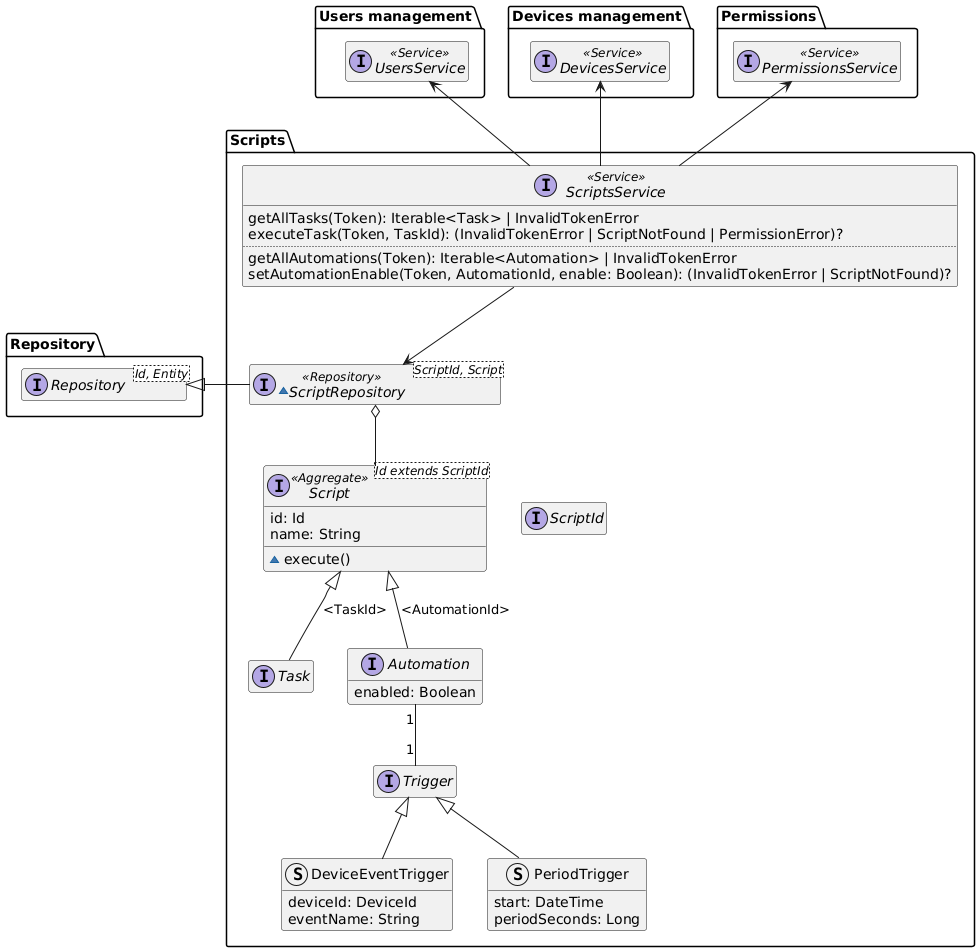
The PlantUML diagram diagrams/generated/scripts-domain-model.png in DomoticASW/.github, before a commit. Source of this version:
```plantuml
@startuml scripts-domain-model

hide empty members
package Repository{
    interface Repository<Id, Entity>
}

package "Users management" as UsersManagement {
    interface UsersService <<Service>>
}

package "Devices management" as DevicesManagement {
    interface DevicesService <<Service>>
}

package Permissions {
    interface PermissionsService <<Service>>
}

package "Scripts" {

    interface ScriptId

    interface Script<Id extends ScriptId> <<Aggregate>> {
        id: Id
        name: String
        ~execute()
    }

    interface Task
    interface Automation {
        enabled: Boolean
    }

    interface Trigger

    struct DeviceEventTrigger extends Trigger {
        deviceId: DeviceId
        eventName: String
    }

    struct PeriodTrigger extends Trigger {
        start: DateTime
        periodSeconds: Long
    }

    ~interface ScriptRepository<ScriptId, Script> <<Repository>> {
    }
    ScriptRepository -l-|> Repository.Repository
    ScriptRepository o-- Script

    interface ScriptsService <<Service>> {
        getAllTasks(Token): Iterable<Task> | InvalidTokenError
        executeTask(Token, TaskId): (InvalidTokenError | ScriptNotFound | PermissionError)?
        ..
        getAllAutomations(Token): Iterable<Automation> | InvalidTokenError
        setAutomationEnable(Token, AutomationId, enable: Boolean): (InvalidTokenError | ScriptNotFound)?
    }

    Script -[hidden] ScriptId
    Script <|-- Task : "<TaskId>"
    Script <|-- Automation : "<AutomationId>"
    Automation "1" -- "1" Trigger
    ScriptsService --> ScriptRepository
    ScriptsService -u-> Permissions.PermissionsService
    ScriptsService -u-> DevicesManagement.DevicesService
    ScriptsService -u-> UsersManagement.UsersService
}

@enduml
```
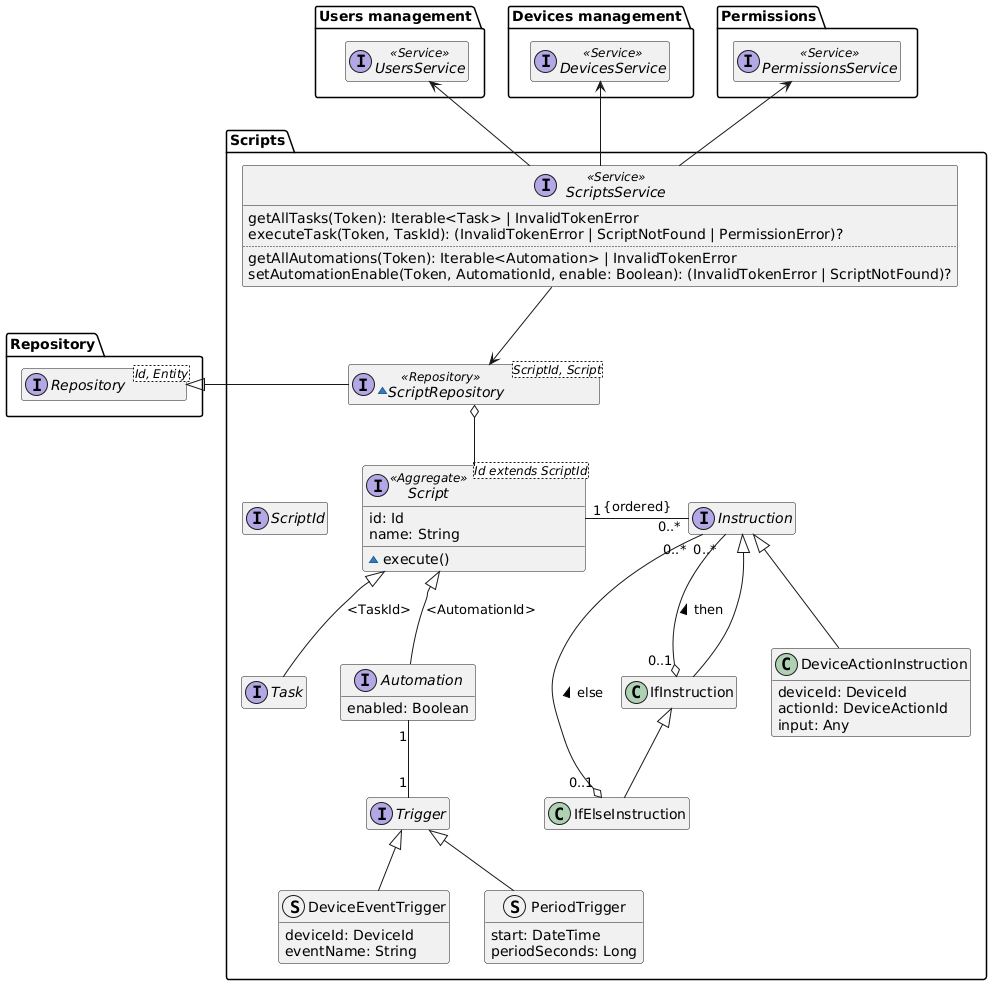
After the commit.

Commit message:
Add some Instruction subclasses

What changed in the source:
```diff
@@ -44,6 +44,21 @@
         periodSeconds: Long
     }
 
+    interface Instruction {
+    }
+
+    class DeviceActionInstruction extends Instruction {
+        deviceId: DeviceId
+        actionId: DeviceActionId
+        input: Any
+    }
+
+    class IfInstruction extends Instruction {
+    }
+
+    class IfElseInstruction extends IfInstruction {
+    }
+
     ~interface ScriptRepository<ScriptId, Script> <<Repository>> {
     }
     ScriptRepository -l-|> Repository.Repository
@@ -57,10 +72,13 @@
         setAutomationEnable(Token, AutomationId, enable: Boolean): (InvalidTokenError | ScriptNotFound)?
     }
 
-    Script -[hidden] ScriptId
+    Script -l[hidden] ScriptId
     Script <|-- Task : "<TaskId>"
     Script <|-- Automation : "<AutomationId>"
     Automation "1" -- "1" Trigger
+    Script "1" -r- "0..*" Instruction : "{ordered}"
+    IfInstruction "0..1" o-- "0..*" Instruction : "then >"
+    IfElseInstruction "0..1" o-- "0..*" Instruction : "else >"
     ScriptsService --> ScriptRepository
     ScriptsService -u-> Permissions.PermissionsService
     ScriptsService -u-> DevicesManagement.DevicesService
```
